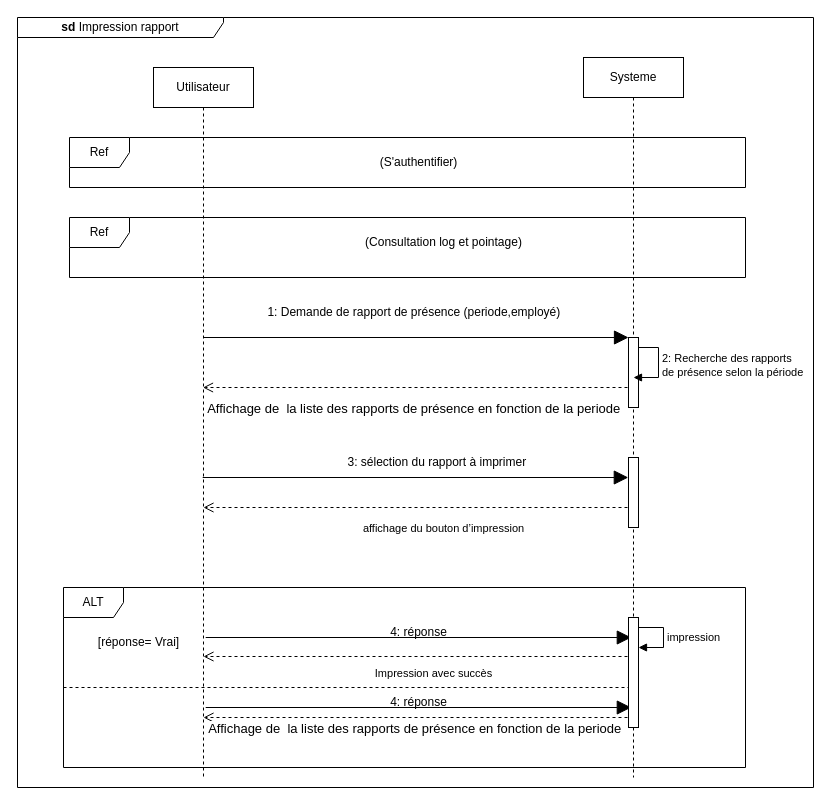
This is static/Diagramme De séquence rapport.drawio from Siluearsene/borne_biometrique, a draw.io file, before an edit. Source tidied: cells renumbered, new cells numbered last; positions are measured from the earlier drawing's top-left corner, leaving out a move shared by most shapes. Both pictures are drawn from the tidied source at 100%, with x=0, y=0 at pixel (17, 17).
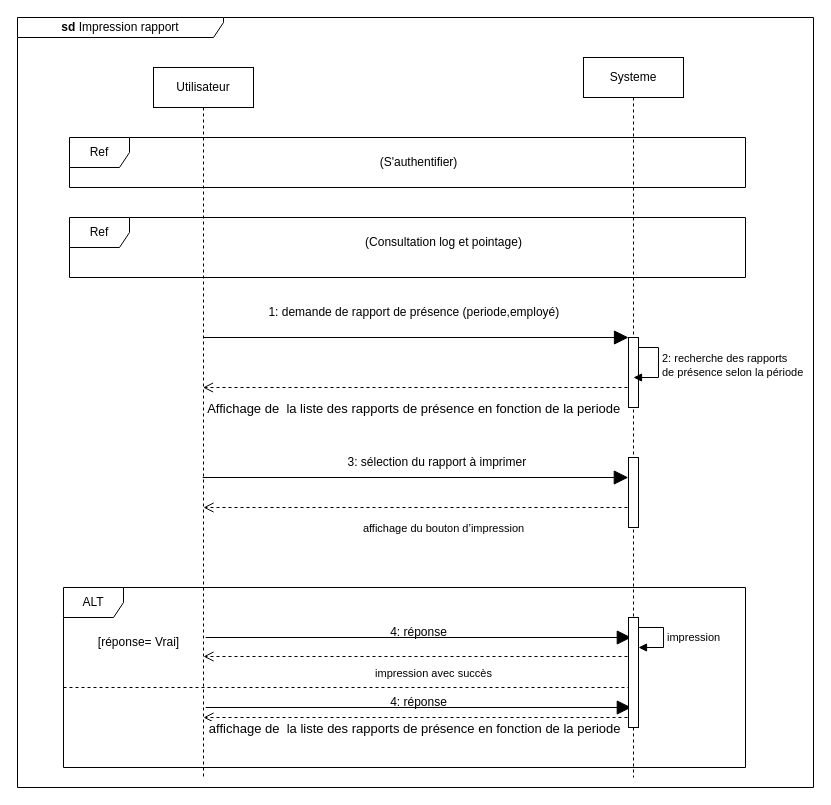
The same diagram, later.

Commit message:
Mettre à jour Diagramme De séquence rapport.drawio

The change refers to these unchanged cells:
```xml
<mxCell id="29" style="html=1;verticalAlign=bottom;endArrow=open;dashed=1;endSize=8;edgeStyle=elbowEdgeStyle;elbow=vertical;curved=0;rounded=0;" parent="1" edge="1">
  <mxGeometry relative="1" as="geometry">
    <mxPoint x="610" y="639" as="sourcePoint" />
    <mxPoint x="186" y="639" as="targetPoint" />
    <Array as="points">
      <mxPoint x="419" y="639" />
    </Array>
  </mxGeometry>
</mxCell>
<mxCell id="31" style="html=1;verticalAlign=bottom;endArrow=open;dashed=1;endSize=8;edgeStyle=elbowEdgeStyle;elbow=vertical;curved=0;rounded=0;" parent="1" edge="1">
  <mxGeometry relative="1" as="geometry">
    <mxPoint x="610" y="700" as="sourcePoint" />
    <mxPoint x="186" y="700" as="targetPoint" />
    <Array as="points">
      <mxPoint x="419" y="700" />
    </Array>
  </mxGeometry>
</mxCell>
```

Change to the diagram source:
```diff
@@
-    <mxCell id="12" value="1: Demande de rapport de présence (periode,employé)&amp;nbsp;" style="text;html=1;align=center;verticalAlign=middle;strokeColor=none;fillColor=none;rounded=0;" parent="1" vertex="1">
+    <mxCell id="12" value="1: demande de rapport de présence (periode,employé)&amp;nbsp;" style="text;html=1;align=center;verticalAlign=middle;strokeColor=none;fillColor=none;rounded=0;" parent="1" vertex="1">
       <mxGeometry x="238" y="280" width="320" height="30" as="geometry" />
     </mxCell>
@@
-    <mxCell id="16" value="2: Recherche des rapports&amp;nbsp;&lt;br&gt;de présence selon la période&lt;br&gt;" style="html=1;align=left;spacingLeft=2;endArrow=block;rounded=0;edgeStyle=orthogonalEdgeStyle;curved=0;rounded=0;" parent="1" edge="1">
+    <mxCell id="16" value="2: recherche des rapports&amp;nbsp;&lt;br&gt;de présence selon la période" style="html=1;align=left;spacingLeft=2;endArrow=block;rounded=0;edgeStyle=orthogonalEdgeStyle;curved=0;rounded=0;" parent="1" edge="1">
       <mxGeometry relative="1" as="geometry">
         <mxPoint x="621" y="330" as="sourcePoint" />
         <mxPoint x="616" y="360" as="targetPoint" />
         <Array as="points">
           <mxPoint x="641" y="330" />
           <mxPoint x="641" y="360" />
         </Array>
       </mxGeometry>
     </mxCell>
@@
-    <mxCell id="30" value="Impression avec succès" style="edgeLabel;html=1;align=center;verticalAlign=middle;" parent="29" vertex="1">
+    <mxCell id="30" value="impression avec succès" style="edgeLabel;html=1;align=center;verticalAlign=middle;" parent="29" vertex="1">
       <mxGeometry x="0.08" y="3" relative="1" as="geometry">
         <mxPoint x="34" y="13" as="offset" />
       </mxGeometry>
     </mxCell>
@@
-    <mxCell id="32" value="&lt;font style=&quot;font-size: 13px;&quot;&gt;Affichage de&amp;nbsp; la liste des rapports de présence en fonction de la periode&amp;nbsp;&lt;/font&gt;" style="edgeLabel;html=1;align=center;verticalAlign=middle;rounded=0;" parent="31" vertex="1">
+    <mxCell id="32" value="&lt;font style=&quot;font-size: 13px;&quot;&gt;affichage de&amp;nbsp; la liste des rapports de présence en fonction de la periode&amp;nbsp;&lt;/font&gt;" style="edgeLabel;html=1;align=center;verticalAlign=middle;rounded=0;" parent="31" vertex="1">
       <mxGeometry x="0.12" y="1" relative="1" as="geometry">
         <mxPoint x="25" y="9" as="offset" />
       </mxGeometry>
     </mxCell>
```
